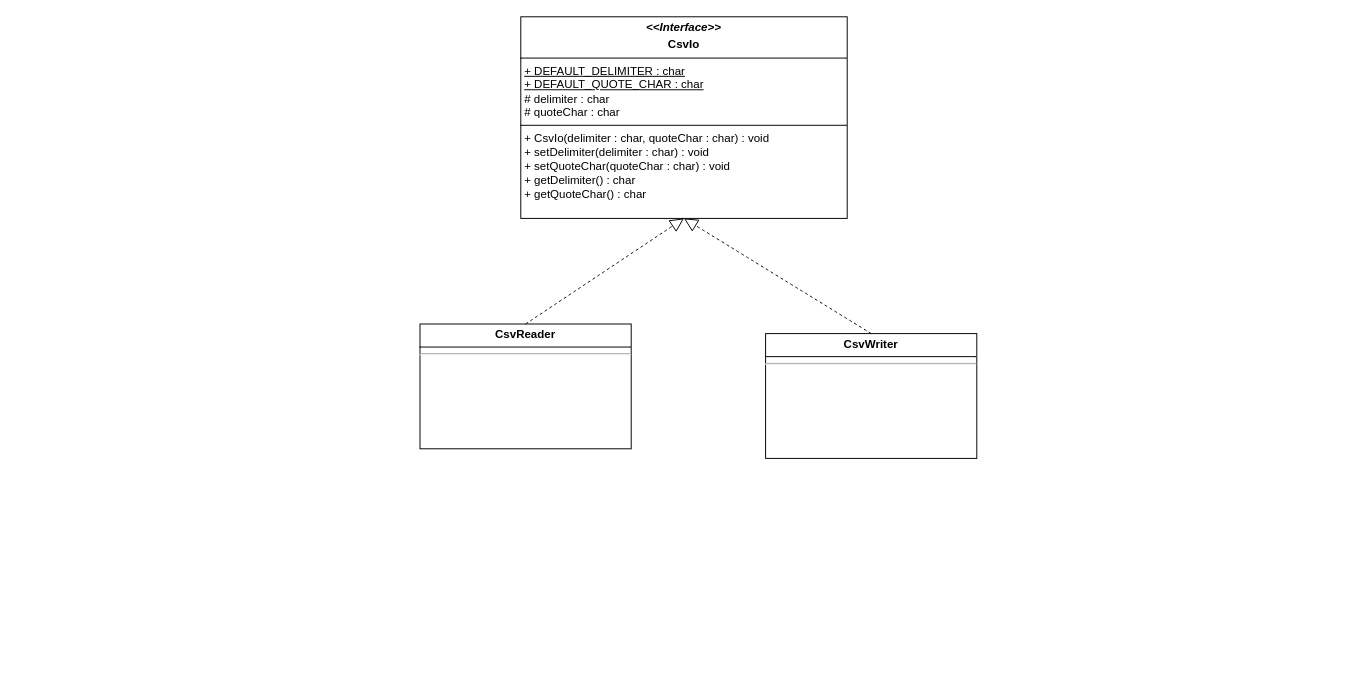
This is Assignment 2/CSVLibraryUMLClassDiagram.drawio from dragon5201111/Drexel-University-SE-211-Introduction-to-Software-Design, a draw.io file, before an edit. Source tidied: cells renumbered, new cells numbered last; positions are measured from the earlier drawing's top-left corner, leaving out a move shared by most shapes. Both pictures are drawn from the tidied source at 96%, with x=0, y=0 at pixel (420, 16).
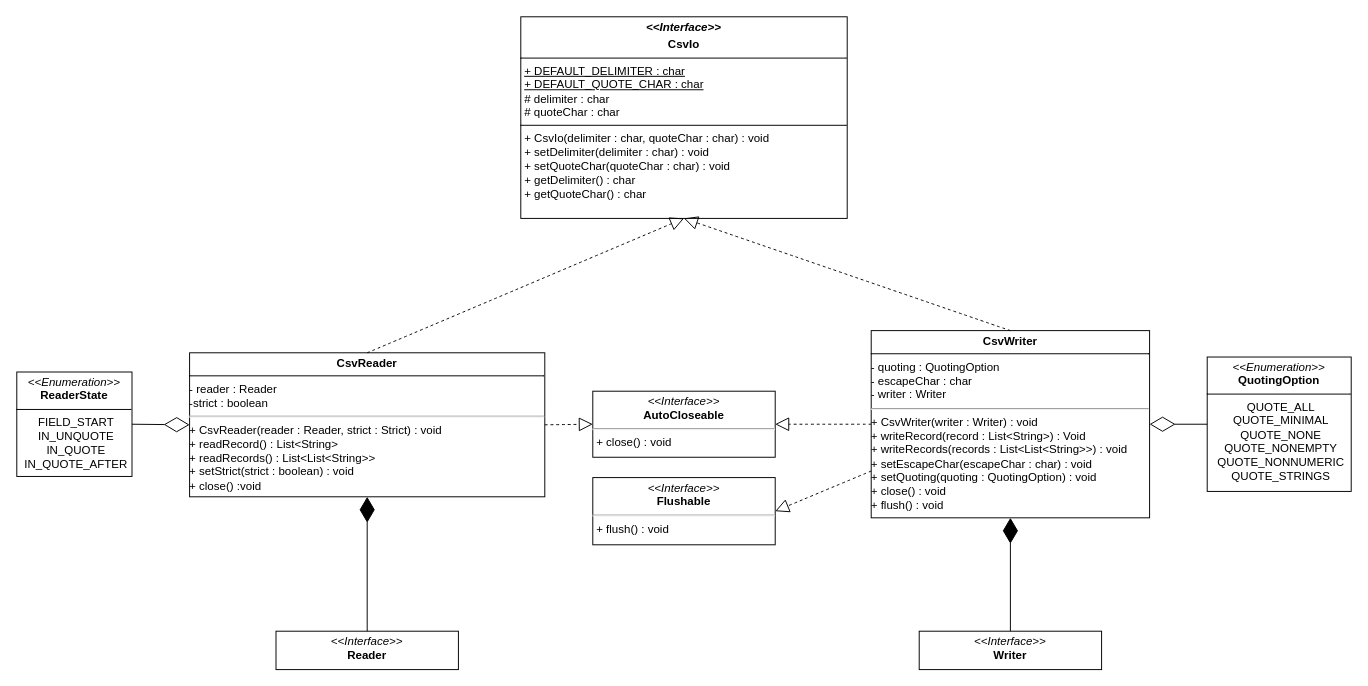
Above is the later version.

Commit message (it also covers changes not shown here):
Finished class diagram.

What changed in the source:
```diff
@@
 <mxGraphModel>
   <root>
     <mxCell id="0" />
     <mxCell id="1" parent="0" />
     <mxCell id="2" value="&lt;p style=&quot;margin:0px;margin-top:4px;text-align:center;&quot;&gt;&lt;b&gt;&lt;i&gt;&amp;lt;&amp;lt;Interface&amp;gt;&amp;gt;&lt;/i&gt;&lt;/b&gt;&lt;/p&gt;&lt;p style=&quot;margin:0px;margin-top:4px;text-align:center;&quot;&gt;&lt;b&gt;CsvIo&lt;/b&gt;&lt;/p&gt;&lt;hr size=&quot;1&quot; style=&quot;border-style:solid;&quot;&gt;&lt;p style=&quot;margin:0px;margin-left:4px;&quot;&gt;&lt;u&gt;+ DEFAULT_DELIMITER : char&lt;/u&gt;&lt;/p&gt;&lt;p style=&quot;margin:0px;margin-left:4px;&quot;&gt;&lt;u&gt;+ DEFAULT_QUOTE_CHAR : char&lt;/u&gt;&lt;/p&gt;&lt;p style=&quot;margin:0px;margin-left:4px;&quot;&gt;# delimiter : char&lt;/p&gt;&lt;p style=&quot;margin:0px;margin-left:4px;&quot;&gt;# quoteChar : char&lt;/p&gt;&lt;hr size=&quot;1&quot; style=&quot;border-style:solid;&quot;&gt;&lt;p style=&quot;margin:0px;margin-left:4px;&quot;&gt;+ CsvIo(delimiter : char, quoteChar : char) : void&lt;/p&gt;&lt;p style=&quot;margin: 0px 0px 0px 4px;&quot;&gt;+ setDelimiter(delimiter : char) : void&lt;/p&gt;&lt;p style=&quot;margin:0px;margin-left:4px;&quot;&gt;+ setQuoteChar(quoteChar : char) : void&lt;/p&gt;&lt;p style=&quot;margin: 0px 0px 0px 4px;&quot;&gt;+ getDelimiter() : char&lt;/p&gt;&lt;p style=&quot;margin: 0px 0px 0px 4px;&quot;&gt;+ getQuoteChar() : char&lt;/p&gt;&lt;div&gt;&lt;br&gt;&lt;/div&gt;&lt;div&gt;&lt;br&gt;&lt;/div&gt;" style="verticalAlign=top;align=left;overflow=fill;html=1;whiteSpace=wrap;" parent="1" vertex="1">
       <mxGeometry x="105" width="340" height="210" as="geometry" />
     </mxCell>
-    <mxCell id="3" value="&lt;p style=&quot;margin:0px;margin-top:4px;text-align:center;&quot;&gt;&lt;b&gt;CsvReader&lt;/b&gt;&lt;/p&gt;&lt;hr size=&quot;1&quot; style=&quot;border-style:solid;&quot;&gt;&lt;p style=&quot;margin:0px;margin-left:4px;&quot;&gt;&lt;/p&gt;&lt;hr&gt;" style="verticalAlign=top;align=left;overflow=fill;html=1;whiteSpace=wrap;" parent="1" vertex="1">
-      <mxGeometry y="320" width="220" height="130" as="geometry" />
-    </mxCell>
-    <mxCell id="4" value="&lt;p style=&quot;margin:0px;margin-top:4px;text-align:center;&quot;&gt;&lt;b&gt;CsvWriter&lt;/b&gt;&lt;/p&gt;&lt;hr size=&quot;1&quot; style=&quot;border-style:solid;&quot;&gt;&lt;p style=&quot;margin:0px;margin-left:4px;&quot;&gt;&lt;/p&gt;&lt;hr&gt;" style="verticalAlign=top;align=left;overflow=fill;html=1;whiteSpace=wrap;" parent="1" vertex="1">
-      <mxGeometry x="360" y="330" width="220" height="130" as="geometry" />
-    </mxCell>
-    <mxCell id="5" style="endArrow=block;dashed=1;endFill=0;endSize=12;html=1;rounded=0;fontSize=12;curved=1;exitX=0.5;exitY=0;exitDx=0;exitDy=0;entryX=0.5;entryY=1;entryDx=0;entryDy=0;" parent="1" edge="1" source="3" target="2">
-      <mxGeometry relative="1" as="geometry" />
-    </mxCell>
-    <mxCell id="6" style="endArrow=block;dashed=1;endFill=0;endSize=12;html=1;rounded=0;fontSize=12;curved=1;exitX=0.5;exitY=0;exitDx=0;exitDy=0;entryX=0.5;entryY=1;entryDx=0;entryDy=0;" parent="1" edge="1" source="4" target="2">
-      <mxGeometry relative="1" as="geometry" />
-    </mxCell>
+    <mxCell id="7" value="&lt;p style=&quot;margin:0px;margin-top:4px;text-align:center;&quot;&gt;&lt;b&gt;CsvReader&lt;/b&gt;&lt;/p&gt;&lt;hr size=&quot;1&quot; style=&quot;border-style:solid;&quot;&gt;- reader : Reader&lt;div&gt;-strict : boolean&lt;br&gt;&lt;hr&gt;+ CsvReader(reader : Reader, strict : Strict) : void&lt;div&gt;+ readRecord() : List&amp;lt;String&amp;gt;&lt;/div&gt;&lt;div&gt;+ readRecords() : List&amp;lt;List&amp;lt;String&amp;gt;&amp;gt;&lt;/div&gt;&lt;div&gt;+ setStrict(strict : boolean) : void&lt;/div&gt;&lt;div&gt;+ close() :void&lt;/div&gt;&lt;/div&gt;" style="verticalAlign=top;align=left;overflow=fill;html=1;whiteSpace=wrap;" parent="1" vertex="1">
+      <mxGeometry x="-240" y="350" width="370" height="150" as="geometry" />
+    </mxCell>
+    <mxCell id="8" value="&lt;p style=&quot;margin:0px;margin-top:4px;text-align:center;&quot;&gt;&lt;b&gt;CsvWriter&lt;/b&gt;&lt;/p&gt;&lt;hr size=&quot;1&quot; style=&quot;border-style:solid;&quot;&gt;&lt;p style=&quot;margin:0px;margin-left:4px;&quot;&gt;&lt;/p&gt;- quoting : QuotingOption&lt;div&gt;- escapeChar : char&lt;/div&gt;&lt;div&gt;- writer : Writer&lt;br&gt;&lt;hr&gt;+ CsvWriter(writer : Writer) : void&lt;/div&gt;&lt;div&gt;+ writeRecord(record : List&amp;lt;String&amp;gt;) : Void&lt;/div&gt;&lt;div&gt;+ writeRecords(records : List&amp;lt;List&amp;lt;String&amp;gt;&amp;gt;) : void&lt;/div&gt;&lt;div&gt;+ setEscapeChar(escapeChar : char) : void&lt;/div&gt;&lt;div&gt;+ setQuoting(quoting : QuotingOption) : void&lt;/div&gt;&lt;div&gt;+ close() : void&lt;/div&gt;&lt;div&gt;+ flush() : void&lt;/div&gt;" style="verticalAlign=top;align=left;overflow=fill;html=1;whiteSpace=wrap;" parent="1" vertex="1">
+      <mxGeometry x="470" y="326.9" width="290" height="195" as="geometry" />
+    </mxCell>
+    <mxCell id="9" style="endArrow=block;dashed=1;endFill=0;endSize=12;html=1;rounded=0;fontSize=12;curved=1;exitX=0.5;exitY=0;exitDx=0;exitDy=0;entryX=0.5;entryY=1;entryDx=0;entryDy=0;" parent="1" edge="1" source="7" target="2">
+      <mxGeometry relative="1" as="geometry" />
+    </mxCell>
+    <mxCell id="10" style="endArrow=block;dashed=1;endFill=0;endSize=12;html=1;rounded=0;fontSize=12;curved=1;exitX=0.5;exitY=0;exitDx=0;exitDy=0;entryX=0.5;entryY=1;entryDx=0;entryDy=0;" parent="1" edge="1" source="8" target="2">
+      <mxGeometry relative="1" as="geometry" />
+    </mxCell>
+    <mxCell id="11" value="&lt;p style=&quot;margin:0px;margin-top:4px;text-align:center;&quot;&gt;&lt;i&gt;&amp;lt;&amp;lt;Enumeration&amp;gt;&amp;gt;&lt;/i&gt;&lt;br&gt;&lt;b&gt;QuotingOption&lt;/b&gt;&lt;/p&gt;&lt;hr size=&quot;1&quot; style=&quot;border-style:solid;&quot;&gt;&lt;p style=&quot;text-align: center; margin: 0px 0px 0px 4px;&quot;&gt;QUOTE_ALL&lt;/p&gt;&lt;p style=&quot;text-align: center; margin: 0px 0px 0px 4px;&quot;&gt;QUOTE_MINIMAL&lt;/p&gt;&lt;p style=&quot;text-align: center; margin: 0px 0px 0px 4px;&quot;&gt;QUOTE_NONE&lt;/p&gt;&lt;p style=&quot;text-align: center; margin: 0px 0px 0px 4px;&quot;&gt;QUOTE_NONEMPTY&lt;/p&gt;&lt;p style=&quot;text-align: center; margin: 0px 0px 0px 4px;&quot;&gt;QUOTE_NONNUMERIC&lt;/p&gt;&lt;p style=&quot;text-align: center; margin: 0px 0px 0px 4px;&quot;&gt;QUOTE_STRINGS&lt;/p&gt;" style="verticalAlign=top;align=left;overflow=fill;html=1;whiteSpace=wrap;" parent="1" vertex="1">
+      <mxGeometry x="820" y="354.4" width="150" height="140" as="geometry" />
+    </mxCell>
+    <mxCell id="12" style="endArrow=diamondThin;endFill=0;endSize=24;html=1;rounded=0;exitX=0;exitY=0.5;exitDx=0;exitDy=0;entryX=1;entryY=0.5;entryDx=0;entryDy=0;" parent="1" edge="1" source="11" target="8">
+      <mxGeometry relative="1" as="geometry" />
+    </mxCell>
+    <mxCell id="13" value="&lt;p style=&quot;margin:0px;margin-top:4px;text-align:center;&quot;&gt;&lt;i&gt;&amp;lt;&amp;lt;Interface&amp;gt;&amp;gt;&lt;/i&gt;&lt;br&gt;&lt;b&gt;Reader&lt;/b&gt;&lt;/p&gt;&lt;p style=&quot;margin:0px;margin-left:4px;&quot;&gt;&lt;br&gt;&lt;/p&gt;" style="verticalAlign=top;align=left;overflow=fill;html=1;whiteSpace=wrap;" parent="1" vertex="1">
+      <mxGeometry x="-150" y="640" width="190" height="40" as="geometry" />
+    </mxCell>
+    <mxCell id="14" value="&lt;p style=&quot;margin:0px;margin-top:4px;text-align:center;&quot;&gt;&lt;i&gt;&amp;lt;&amp;lt;Interface&amp;gt;&amp;gt;&lt;/i&gt;&lt;br&gt;&lt;b&gt;Writer&lt;/b&gt;&lt;/p&gt;&lt;p style=&quot;margin:0px;margin-left:4px;&quot;&gt;&lt;br&gt;&lt;/p&gt;" style="verticalAlign=top;align=left;overflow=fill;html=1;whiteSpace=wrap;" parent="1" vertex="1">
+      <mxGeometry x="520" y="640" width="190" height="40" as="geometry" />
+    </mxCell>
+    <mxCell id="15" style="endArrow=diamondThin;endFill=1;endSize=24;html=1;rounded=0;exitX=0.5;exitY=0;exitDx=0;exitDy=0;entryX=0.5;entryY=1;entryDx=0;entryDy=0;" parent="1" edge="1" source="13" target="7">
+      <mxGeometry relative="1" as="geometry" />
+    </mxCell>
+    <mxCell id="16" style="endArrow=diamondThin;endFill=1;endSize=24;html=1;rounded=0;exitX=0.5;exitY=0;exitDx=0;exitDy=0;entryX=0.5;entryY=1;entryDx=0;entryDy=0;" parent="1" edge="1" source="14" target="8">
+      <mxGeometry relative="1" as="geometry" />
+    </mxCell>
+    <mxCell id="17" value="&lt;p style=&quot;margin:0px;margin-top:4px;text-align:center;&quot;&gt;&lt;i&gt;&amp;lt;&amp;lt;Interface&amp;gt;&amp;gt;&lt;/i&gt;&lt;br&gt;&lt;b&gt;AutoCloseable&lt;/b&gt;&lt;/p&gt;&lt;hr&gt;&lt;p style=&quot;margin:0px;margin-left:4px;&quot;&gt;+ close() : void&lt;/p&gt;" style="verticalAlign=top;align=left;overflow=fill;html=1;whiteSpace=wrap;" parent="1" vertex="1">
+      <mxGeometry x="180" y="390" width="190" height="68.8" as="geometry" />
+    </mxCell>
+    <mxCell id="18" style="endArrow=block;dashed=1;endFill=0;endSize=12;html=1;rounded=0;fontSize=12;curved=1;exitX=0;exitY=0.5;exitDx=0;exitDy=0;entryX=1;entryY=0.5;entryDx=0;entryDy=0;" parent="1" edge="1" source="8" target="17">
+      <mxGeometry relative="1" as="geometry" />
+    </mxCell>
+    <mxCell id="19" style="endArrow=block;dashed=1;endFill=0;endSize=12;html=1;rounded=0;fontSize=12;curved=1;exitX=1;exitY=0.5;exitDx=0;exitDy=0;entryX=0;entryY=0.5;entryDx=0;entryDy=0;" parent="1" edge="1" source="7" target="17">
+      <mxGeometry relative="1" as="geometry" />
+    </mxCell>
+    <mxCell id="20" value="&lt;p style=&quot;margin:0px;margin-top:4px;text-align:center;&quot;&gt;&lt;i&gt;&amp;lt;&amp;lt;Interface&amp;gt;&amp;gt;&lt;/i&gt;&lt;br&gt;&lt;b&gt;Flushable&lt;/b&gt;&lt;/p&gt;&lt;hr&gt;&lt;p style=&quot;margin:0px;margin-left:4px;&quot;&gt;+ flush() : void&lt;/p&gt;" style="verticalAlign=top;align=left;overflow=fill;html=1;whiteSpace=wrap;" parent="1" vertex="1">
+      <mxGeometry x="180" y="480" width="190" height="70" as="geometry" />
+    </mxCell>
+    <mxCell id="21" style="endArrow=block;dashed=1;endFill=0;endSize=12;html=1;rounded=0;fontSize=12;curved=1;exitX=0;exitY=0.75;exitDx=0;exitDy=0;entryX=1;entryY=0.5;entryDx=0;entryDy=0;" parent="1" edge="1" source="8" target="20">
+      <mxGeometry relative="1" as="geometry" />
+    </mxCell>
+    <mxCell id="22" value="&lt;p style=&quot;margin:0px;margin-top:4px;text-align:center;&quot;&gt;&lt;i&gt;&amp;lt;&amp;lt;Enumeration&amp;gt;&amp;gt;&lt;/i&gt;&lt;br&gt;&lt;b&gt;ReaderState&lt;/b&gt;&lt;/p&gt;&lt;hr size=&quot;1&quot; style=&quot;border-style:solid;&quot;&gt;&lt;p style=&quot;text-align: center; margin: 0px 0px 0px 4px;&quot;&gt;FIELD_START&lt;/p&gt;&lt;p style=&quot;text-align: center; margin: 0px 0px 0px 4px;&quot;&gt;IN_UNQUOTE&lt;/p&gt;&lt;p style=&quot;text-align: center; margin: 0px 0px 0px 4px;&quot;&gt;IN_QUOTE&lt;/p&gt;&lt;p style=&quot;text-align: center; margin: 0px 0px 0px 4px;&quot;&gt;IN_QUOTE_AFTER&lt;/p&gt;" style="verticalAlign=top;align=left;overflow=fill;html=1;whiteSpace=wrap;" parent="1" vertex="1">
+      <mxGeometry x="-420" y="370" width="120" height="108.8" as="geometry" />
+    </mxCell>
+    <mxCell id="23" style="endArrow=diamondThin;endFill=0;endSize=24;html=1;rounded=0;exitX=1;exitY=0.5;exitDx=0;exitDy=0;entryX=0;entryY=0.5;entryDx=0;entryDy=0;" parent="1" edge="1" source="22" target="7">
+      <mxGeometry relative="1" as="geometry" />
+    </mxCell>
   </root>
 </mxGraphModel>
```
